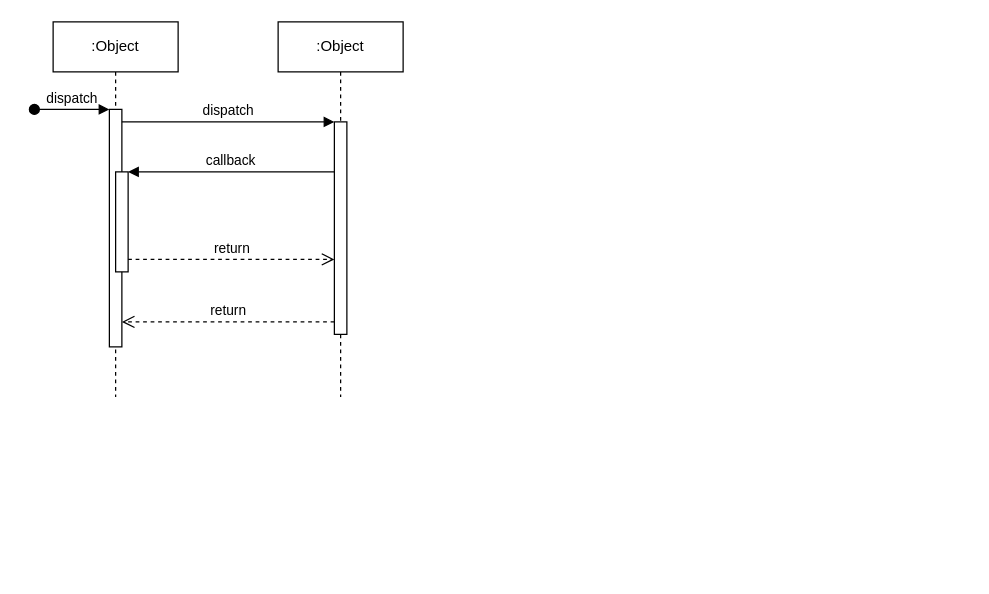
This is part0/Untitled Diagram.drawio from osmakins/fullstackopen_2024, a draw.io file, before an edit. Source tidied: cells renumbered, new cells numbered last; positions are measured from the earlier drawing's top-left corner, leaving out a move shared by most shapes. Both pictures are drawn from the tidied source at 125%, with x=0, y=0 at pixel (34, 21).
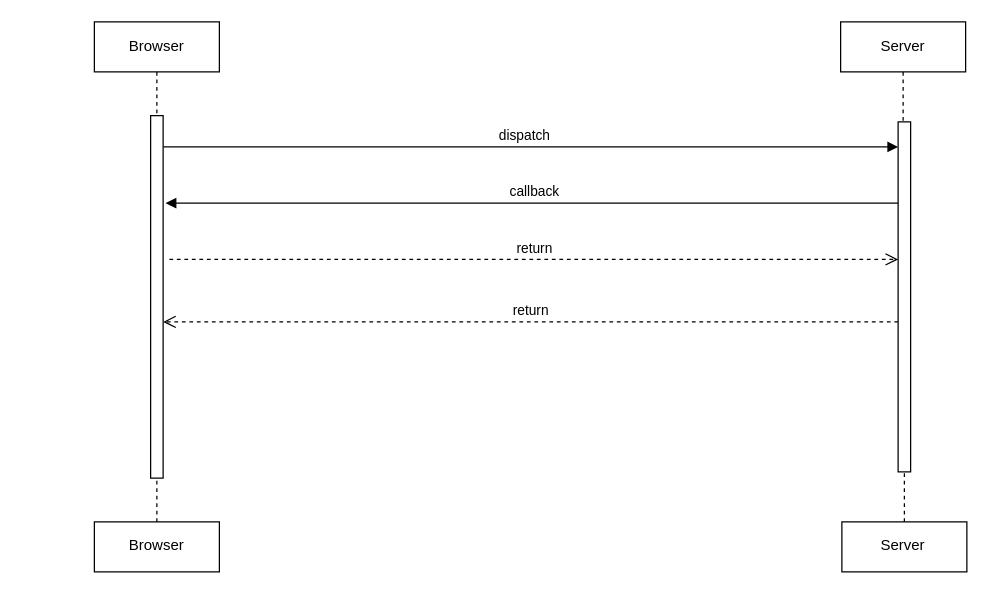
The same diagram, later.

Change to the diagram source:
```diff
@@
-    <mxCell id="2" value=":Object" style="shape=umlLifeline;perimeter=lifelinePerimeter;whiteSpace=wrap;html=1;newEdgeStyle={&quot;edgeStyle&quot;:&quot;elbowEdgeStyle&quot;,&quot;elbow&quot;:&quot;vertical&quot;,&quot;curved&quot;:0,&quot;rounded&quot;:0};" parent="1" vertex="1">
-      <mxGeometry x="15" width="100" height="300" as="geometry" />
+    <mxCell id="2" value="Browser" style="shape=umlLifeline;perimeter=lifelinePerimeter;whiteSpace=wrap;html=1;newEdgeStyle={&quot;edgeStyle&quot;:&quot;elbowEdgeStyle&quot;,&quot;elbow&quot;:&quot;vertical&quot;,&quot;curved&quot;:0,&quot;rounded&quot;:0};" parent="1" vertex="1">
+      <mxGeometry x="48" width="100" height="300" as="geometry" />
     </mxCell>
-    <mxCell id="3" style="html=1;points=[];perimeter=orthogonalPerimeter;outlineConnect=0;targetShapes=umlLifeline;portConstraint=eastwest;newEdgeStyle={&quot;edgeStyle&quot;:&quot;elbowEdgeStyle&quot;,&quot;elbow&quot;:&quot;vertical&quot;,&quot;curved&quot;:0,&quot;rounded&quot;:0};" parent="2" vertex="1">
-      <mxGeometry x="45" y="70" width="10" height="190" as="geometry" />
-    </mxCell>
-    <mxCell id="4" value="dispatch" style="html=1;verticalAlign=bottom;startArrow=oval;endArrow=block;startSize=8;edgeStyle=elbowEdgeStyle;elbow=vertical;curved=0;rounded=0;" parent="2" edge="1" target="3">
-      <mxGeometry relative="1" as="geometry">
-        <mxPoint x="-15" y="70" as="sourcePoint" />
-      </mxGeometry>
-    </mxCell>
-    <mxCell id="5" style="html=1;points=[];perimeter=orthogonalPerimeter;outlineConnect=0;targetShapes=umlLifeline;portConstraint=eastwest;newEdgeStyle={&quot;edgeStyle&quot;:&quot;elbowEdgeStyle&quot;,&quot;elbow&quot;:&quot;vertical&quot;,&quot;curved&quot;:0,&quot;rounded&quot;:0};" parent="2" vertex="1">
-      <mxGeometry x="50" y="120" width="10" height="80" as="geometry" />
-    </mxCell>
-    <mxCell id="6" value=":Object" style="shape=umlLifeline;perimeter=lifelinePerimeter;whiteSpace=wrap;html=1;newEdgeStyle={&quot;edgeStyle&quot;:&quot;elbowEdgeStyle&quot;,&quot;elbow&quot;:&quot;vertical&quot;,&quot;curved&quot;:0,&quot;rounded&quot;:0};" parent="1" vertex="1">
-      <mxGeometry x="195" width="100" height="300" as="geometry" />
+    <mxCell id="6" value="Server" style="shape=umlLifeline;perimeter=lifelinePerimeter;whiteSpace=wrap;html=1;newEdgeStyle={&quot;edgeStyle&quot;:&quot;elbowEdgeStyle&quot;,&quot;elbow&quot;:&quot;vertical&quot;,&quot;curved&quot;:0,&quot;rounded&quot;:0};" parent="1" vertex="1">
+      <mxGeometry x="645" width="100" height="310" as="geometry" />
     </mxCell>
-    <mxCell id="7" style="html=1;points=[];perimeter=orthogonalPerimeter;outlineConnect=0;targetShapes=umlLifeline;portConstraint=eastwest;newEdgeStyle={&quot;edgeStyle&quot;:&quot;elbowEdgeStyle&quot;,&quot;elbow&quot;:&quot;vertical&quot;,&quot;curved&quot;:0,&quot;rounded&quot;:0};" parent="6" vertex="1">
-      <mxGeometry x="45" y="80" width="10" height="170" as="geometry" />
-    </mxCell>
-    <mxCell id="8" value="dispatch" style="html=1;verticalAlign=bottom;endArrow=block;edgeStyle=elbowEdgeStyle;elbow=vertical;curved=0;rounded=0;" parent="1" edge="1" source="3" target="7">
+    <mxCell id="8" value="dispatch" style="html=1;verticalAlign=bottom;endArrow=block;edgeStyle=elbowEdgeStyle;elbow=vertical;curved=0;rounded=0;" parent="1" edge="1" target="7">
       <mxGeometry relative="1" as="geometry">
+        <mxPoint x="93" y="100" as="sourcePoint" />
         <Array as="points">
-          <mxPoint x="155" y="80" />
+          <mxPoint x="178" y="100" />
         </Array>
       </mxGeometry>
     </mxCell>
     <mxCell id="9" value="return" style="html=1;verticalAlign=bottom;endArrow=open;dashed=1;endSize=8;edgeStyle=elbowEdgeStyle;elbow=vertical;curved=0;rounded=0;" parent="1" edge="1" source="7" target="3">
       <mxGeometry relative="1" as="geometry">
         <Array as="points">
-          <mxPoint x="165" y="240" />
+          <mxPoint x="198" y="240" />
         </Array>
       </mxGeometry>
     </mxCell>
-    <mxCell id="10" value="callback" style="html=1;verticalAlign=bottom;endArrow=block;edgeStyle=elbowEdgeStyle;elbow=vertical;curved=0;rounded=0;" parent="1" edge="1" source="7" target="5">
+    <mxCell id="10" value="callback" style="html=1;verticalAlign=bottom;endArrow=block;edgeStyle=elbowEdgeStyle;elbow=vertical;curved=0;rounded=0;" parent="1" edge="1">
       <mxGeometry relative="1" as="geometry">
+        <mxPoint x="695" y="145" as="sourcePoint" />
+        <mxPoint x="105" y="145" as="targetPoint" />
         <Array as="points">
-          <mxPoint x="165" y="120" />
+          <mxPoint x="375" y="145" />
+          <mxPoint x="195" y="135" />
         </Array>
       </mxGeometry>
     </mxCell>
-    <mxCell id="11" value="return" style="html=1;verticalAlign=bottom;endArrow=open;dashed=1;endSize=8;edgeStyle=elbowEdgeStyle;elbow=vertical;curved=0;rounded=0;" parent="1" edge="1" source="5" target="7">
+    <mxCell id="11" value="return" style="html=1;verticalAlign=bottom;endArrow=open;dashed=1;endSize=8;edgeStyle=elbowEdgeStyle;elbow=vertical;curved=0;rounded=0;" parent="1" edge="1" target="7">
       <mxGeometry relative="1" as="geometry">
+        <mxPoint x="108" y="190" as="sourcePoint" />
         <Array as="points">
-          <mxPoint x="155" y="190" />
+          <mxPoint x="188" y="190" />
         </Array>
       </mxGeometry>
     </mxCell>
+    <mxCell id="12" style="shape=umlLifeline;perimeter=lifelinePerimeter;whiteSpace=wrap;html=1;newEdgeStyle={&quot;edgeStyle&quot;:&quot;elbowEdgeStyle&quot;,&quot;elbow&quot;:&quot;vertical&quot;,&quot;curved&quot;:0,&quot;rounded&quot;:0};size=40;direction=west;" parent="1" vertex="1">
+      <mxGeometry x="48" y="350" width="100" height="90" as="geometry" />
+    </mxCell>
+    <mxCell id="3" style="html=1;points=[];perimeter=orthogonalPerimeter;outlineConnect=0;targetShapes=umlLifeline;portConstraint=eastwest;newEdgeStyle={&quot;edgeStyle&quot;:&quot;elbowEdgeStyle&quot;,&quot;elbow&quot;:&quot;vertical&quot;,&quot;curved&quot;:0,&quot;rounded&quot;:0};" parent="1" vertex="1">
+      <mxGeometry x="93" y="75" width="10" height="290" as="geometry" />
+    </mxCell>
+    <mxCell id="13" style="shape=umlLifeline;perimeter=lifelinePerimeter;whiteSpace=wrap;html=1;newEdgeStyle={&quot;edgeStyle&quot;:&quot;elbowEdgeStyle&quot;,&quot;elbow&quot;:&quot;vertical&quot;,&quot;curved&quot;:0,&quot;rounded&quot;:0};size=40;direction=west;" parent="1" vertex="1">
+      <mxGeometry x="646" y="350" width="100" height="90" as="geometry" />
+    </mxCell>
+    <mxCell id="7" style="html=1;points=[];perimeter=orthogonalPerimeter;outlineConnect=0;targetShapes=umlLifeline;portConstraint=eastwest;newEdgeStyle={&quot;edgeStyle&quot;:&quot;elbowEdgeStyle&quot;,&quot;elbow&quot;:&quot;vertical&quot;,&quot;curved&quot;:0,&quot;rounded&quot;:0};" parent="1" vertex="1">
+      <mxGeometry x="691" y="80" width="10" height="280" as="geometry" />
+    </mxCell>
+    <mxCell id="14" value="Browser" style="text;html=1;align=center;verticalAlign=middle;whiteSpace=wrap;rounded=0;" parent="1" vertex="1">
+      <mxGeometry x="68" y="404" width="60" height="30" as="geometry" />
+    </mxCell>
+    <mxCell id="15" value="Server" style="text;html=1;align=center;verticalAlign=middle;whiteSpace=wrap;rounded=0;" parent="1" vertex="1">
+      <mxGeometry x="665" y="404" width="60" height="30" as="geometry" />
+    </mxCell>
```
